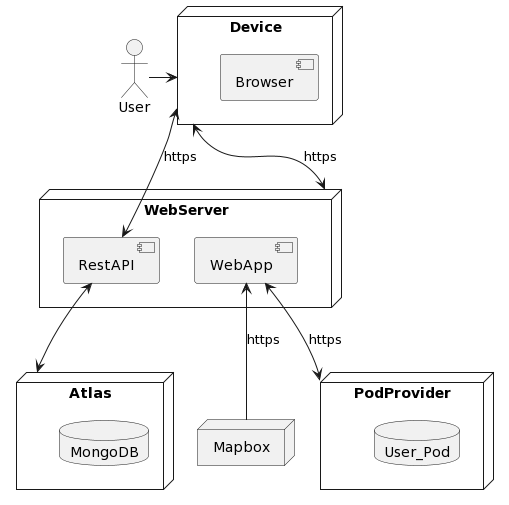
Above: docs/images/07_Deployment.png in Arquisoft/lomap_es2b (PlantUML), before the change.
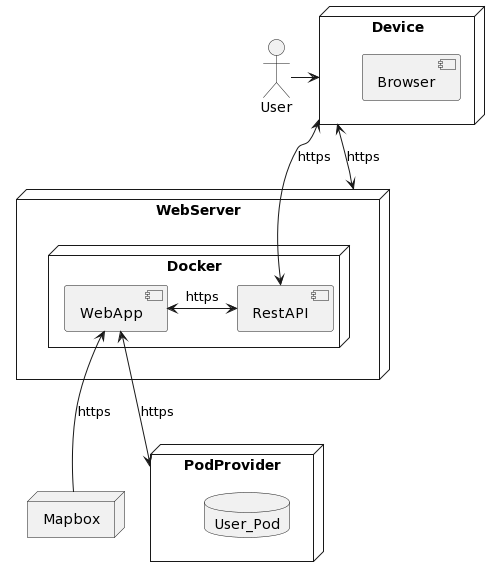
Above is the later version.

Commit message:
Diagrama de despliegue actualizado

What changed in the source:
```diff
@@ -4,16 +4,15 @@
     component Browser
 }
 node WebServer {
-    component WebApp
-    component RestAPI
+    node Docker {
+        component WebApp
+        component RestAPI
+    }
 }
 
 node Mapbox
 node PodProvider {
     database User_Pod
-}
-node Atlas {
-    database MongoDB
 }
 User->Device
 
@@ -21,5 +20,5 @@
 WebApp<-->PodProvider:https
 WebApp<--Mapbox:https
 Device<->RestAPI:https
-RestAPI<-->Atlas
+WebApp<->RestAPI:https
 @enduml
```
